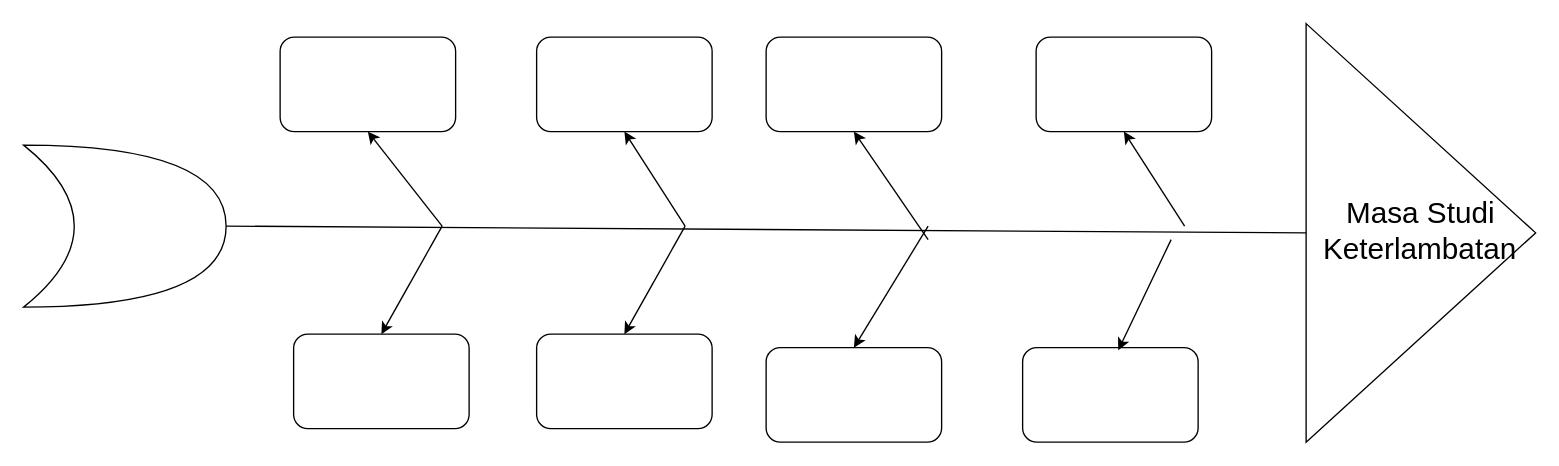
Above: dump-diagrams/APB-EIS-05.drawio in xoghub/diagrams (draw.io), before the change. Source tidied: cells renumbered, new cells numbered last; positions are measured from the earlier drawing's top-left corner, leaving out a move shared by most shapes. Both pictures are drawn from the tidied source at 135%, with x=0, y=0 at pixel (23, 23).
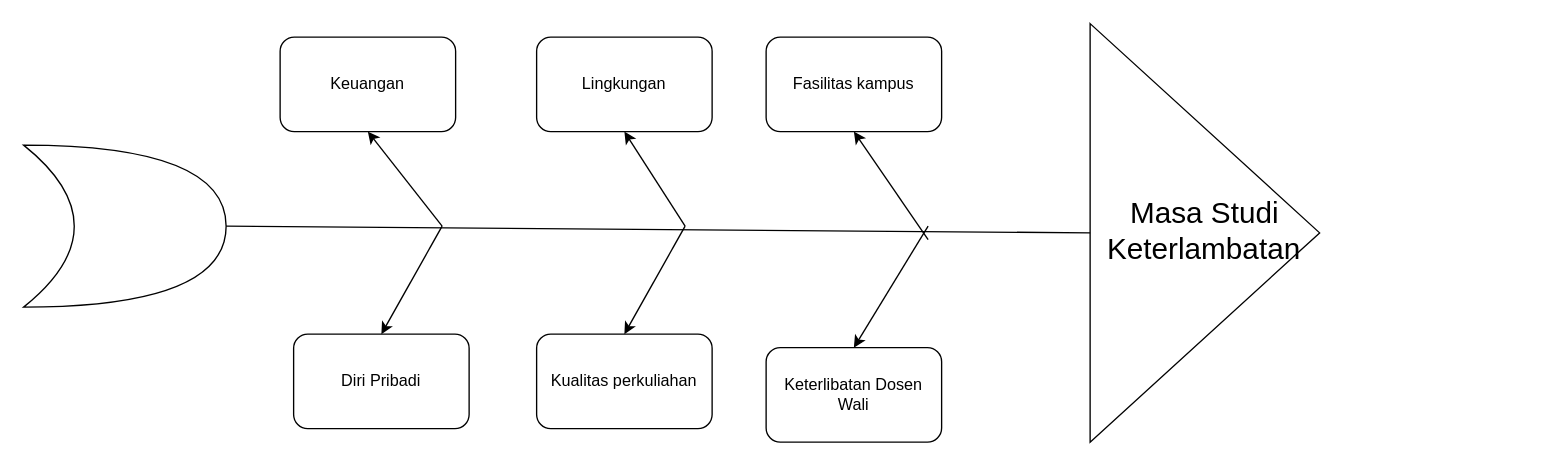
The same page after the edit.

The edit, as a diff of the source:
```diff
@@
-    <mxCell id="2" style="rounded=1;whiteSpace=wrap;html=1;" parent="1" vertex="1">
+    <mxCell id="2" value="Keuangan" style="rounded=1;whiteSpace=wrap;html=1;" parent="1" vertex="1">
       <mxGeometry x="190" y="10" width="130" height="70" as="geometry" />
     </mxCell>
-    <mxCell id="3" style="rounded=1;whiteSpace=wrap;html=1;" parent="1" vertex="1">
+    <mxCell id="3" value="Kualitas perkuliahan" style="rounded=1;whiteSpace=wrap;html=1;" parent="1" vertex="1">
       <mxGeometry x="380" y="230" width="130" height="70" as="geometry" />
     </mxCell>
-    <mxCell id="4" style="rounded=1;whiteSpace=wrap;html=1;" parent="1" vertex="1">
+    <mxCell id="4" value="Diri Pribadi" style="rounded=1;whiteSpace=wrap;html=1;" parent="1" vertex="1">
       <mxGeometry x="200" y="230" width="130" height="70" as="geometry" />
     </mxCell>
-    <mxCell id="5" style="rounded=1;whiteSpace=wrap;html=1;" parent="1" vertex="1">
-      <mxGeometry x="750" y="10" width="130" height="70" as="geometry" />
-    </mxCell>
-    <mxCell id="6" style="rounded=1;whiteSpace=wrap;html=1;" parent="1" vertex="1">
+    <mxCell id="6" value="Fasilitas kampus" style="rounded=1;whiteSpace=wrap;html=1;" parent="1" vertex="1">
       <mxGeometry x="550" y="10" width="130" height="70" as="geometry" />
     </mxCell>
-    <mxCell id="7" style="rounded=1;whiteSpace=wrap;html=1;" parent="1" vertex="1">
+    <mxCell id="7" value="Lingkungan" style="rounded=1;whiteSpace=wrap;html=1;" parent="1" vertex="1">
       <mxGeometry x="380" y="10" width="130" height="70" as="geometry" />
     </mxCell>
-    <mxCell id="8" style="rounded=1;whiteSpace=wrap;html=1;" parent="1" vertex="1">
-      <mxGeometry x="740" y="240" width="130" height="70" as="geometry" />
-    </mxCell>
-    <mxCell id="9" style="rounded=1;whiteSpace=wrap;html=1;" parent="1" vertex="1">
+    <mxCell id="9" value="Keterlibatan Dosen Wali" style="rounded=1;whiteSpace=wrap;html=1;" parent="1" vertex="1">
       <mxGeometry x="550" y="240" width="130" height="70" as="geometry" />
     </mxCell>
     <mxCell id="10" value="&lt;font style=&quot;font-size: 22px;&quot;&gt;&lt;font style=&quot;font-size: 22px;&quot;&gt;Keterlambatan &lt;/font&gt;&lt;font style=&quot;font-size: 22px;&quot;&gt;Masa Studi&lt;/font&gt;&lt;/font&gt;" style="triangle;whiteSpace=wrap;html=1;horizontal=0;textDirection=vertical-lr;" parent="1" vertex="1">
-      <mxGeometry x="950" width="170" height="310" as="geometry" />
+      <mxGeometry x="790" width="170" height="310" as="geometry" />
     </mxCell>
@@
-    <mxCell id="19" style="endArrow=classic;html=1;rounded=0;entryX=0.5;entryY=1;entryDx=0;entryDy=0;" parent="1" edge="1" target="5">
-      <mxGeometry relative="1" as="geometry">
-        <mxPoint x="860" y="150" as="sourcePoint" />
-      </mxGeometry>
-    </mxCell>
-    <mxCell id="20" style="endArrow=classic;html=1;rounded=0;entryX=0.545;entryY=0.028;entryDx=0;entryDy=0;entryPerimeter=0;" parent="1" edge="1" target="8">
-      <mxGeometry relative="1" as="geometry">
-        <mxPoint x="850" y="160" as="sourcePoint" />
-      </mxGeometry>
-    </mxCell>
```
